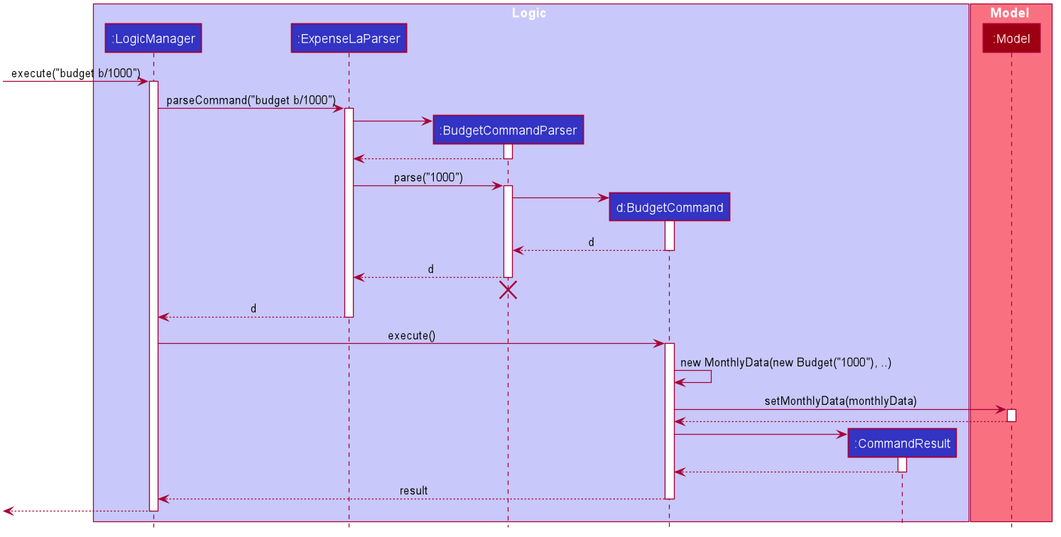
Before: images/set-budget/SetBudgetSequenceDiagram.png, a diagram exported from PlantUML (AY1920S2-CS2103-T09-3/main).
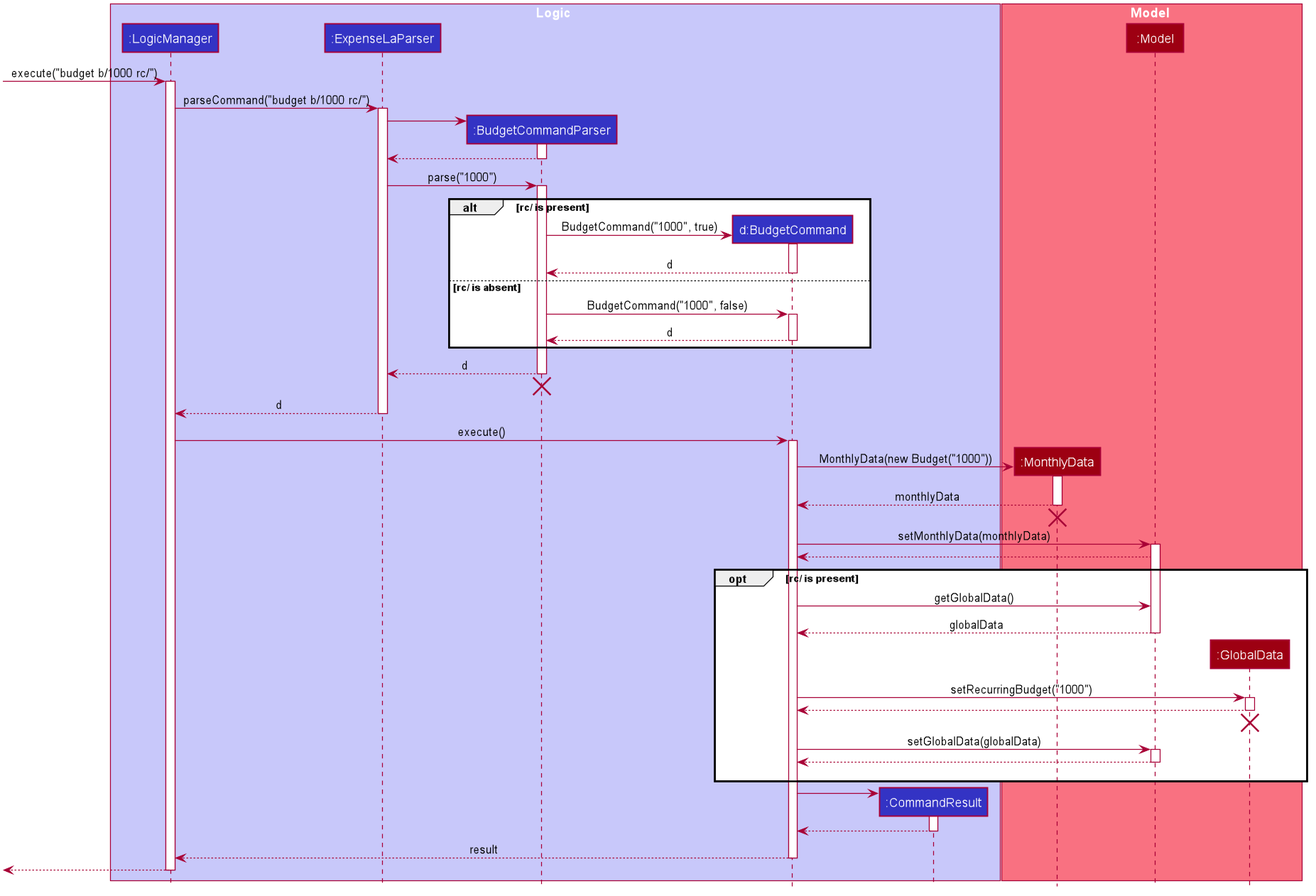
After the change.

Change to the diagram source:
```diff
@@ -57,13 +57,15 @@
 end box
 
 box Model #F97181
+participant ":MonthlyData" as MonthlyData #9D0012
 participant ":Model" as Model #9D0012
+participant ":GlobalData" as GlobalData #9D0012
 end box
 
-[-> LogicManager : execute("budget b/1000")
+[-> LogicManager : execute("budget b/1000 rc/")
 activate LogicManager
 
-LogicManager -> ExpenseLaParser : parseCommand("budget b/1000")
+LogicManager -> ExpenseLaParser : parseCommand("budget b/1000 rc/")
 activate ExpenseLaParser
 
 create BudgetCommandParser
@@ -77,11 +79,17 @@
 activate BudgetCommandParser
 
 create BudgetCommand
-BudgetCommandParser -> BudgetCommand
+alt rc/ is present
+BudgetCommandParser -> BudgetCommand : BudgetCommand("1000", true)
 activate BudgetCommand
-
 BudgetCommand --> BudgetCommandParser : d
 deactivate BudgetCommand
+else rc/ is absent
+BudgetCommandParser -> BudgetCommand : BudgetCommand("1000", false)
+activate BudgetCommand
+BudgetCommand --> BudgetCommandParser : d
+deactivate BudgetCommand
+end
 
 BudgetCommandParser --> ExpenseLaParser : d
 deactivate BudgetCommandParser
@@ -94,13 +102,41 @@
 LogicManager -> BudgetCommand : execute()
 activate BudgetCommand
 
-BudgetCommand -> BudgetCommand : new MonthlyData(new Budget("1000"), ..)
+create MonthlyData
+BudgetCommand -> MonthlyData : MonthlyData(new Budget("1000"))
+activate MonthlyData
+MonthlyData --> BudgetCommand : monthlyData
+deactivate MonthlyData
+MonthlyData -[hidden]-> BudgetCommand
+destroy MonthlyData
 
 BudgetCommand -> Model : setMonthlyData(monthlyData)
 activate Model
 
 Model --> BudgetCommand
+
+opt rc/ is present
+
+BudgetCommand -> Model : getGlobalData()
+Model --> BudgetCommand : globalData
 deactivate Model
+
+create GlobalData
+BudgetCommand -[hidden]> GlobalData
+BudgetCommand -> GlobalData : setRecurringBudget("1000")
+activate GlobalData
+GlobalData --> BudgetCommand
+deactivate GlobalData
+BudgetCommand -[hidden]> GlobalData
+destroy GlobalData
+
+BudgetCommand -> Model : setGlobalData(globalData)
+activate Model
+Model --> BudgetCommand
+deactivate Model
+BudgetCommand -[hidden]> GlobalData
+
+end
 
 create CommandResult
 BudgetCommand -> CommandResult
```
